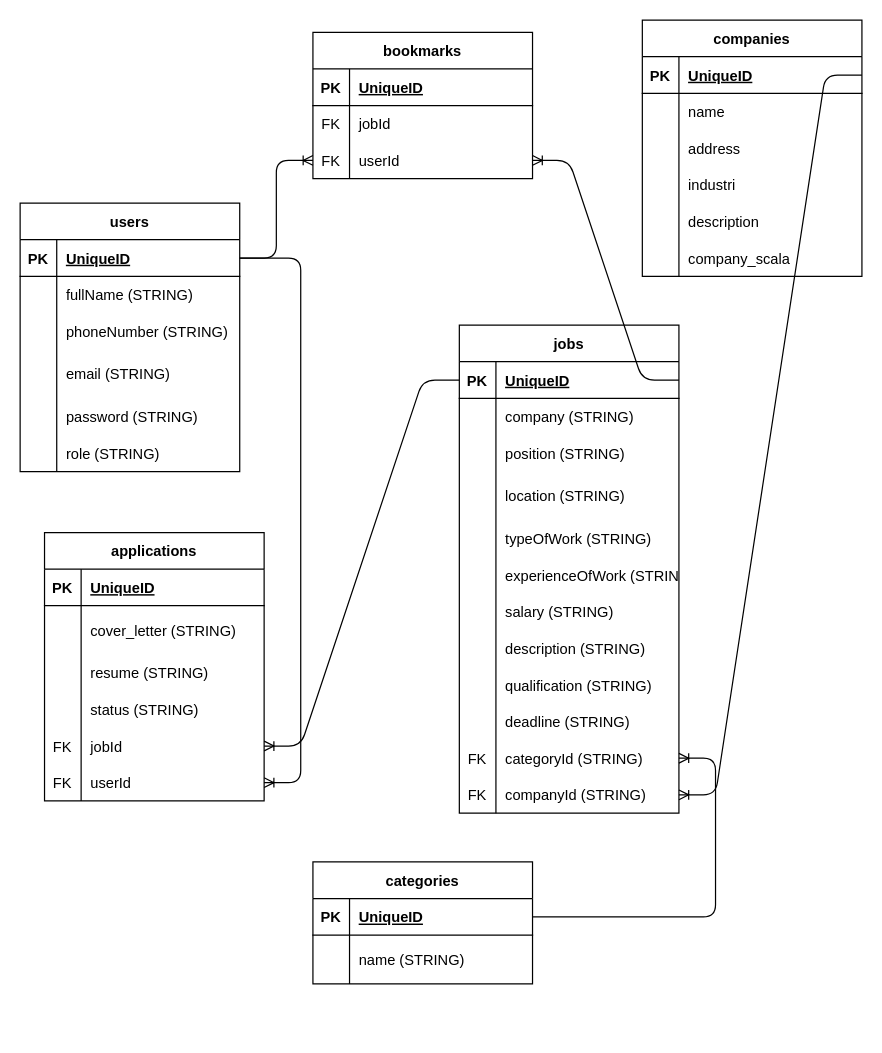
tasyaangesti/job-seeker keeps this draw.io diagram as server/erd.drawio. Above is the earlier version. Source tidied: cells renumbered, new cells numbered last; positions are measured from the earlier drawing's top-left corner, leaving out a move shared by most shapes. Both pictures are drawn from the tidied source at 122%, with x=0, y=0 at pixel (20, 20).
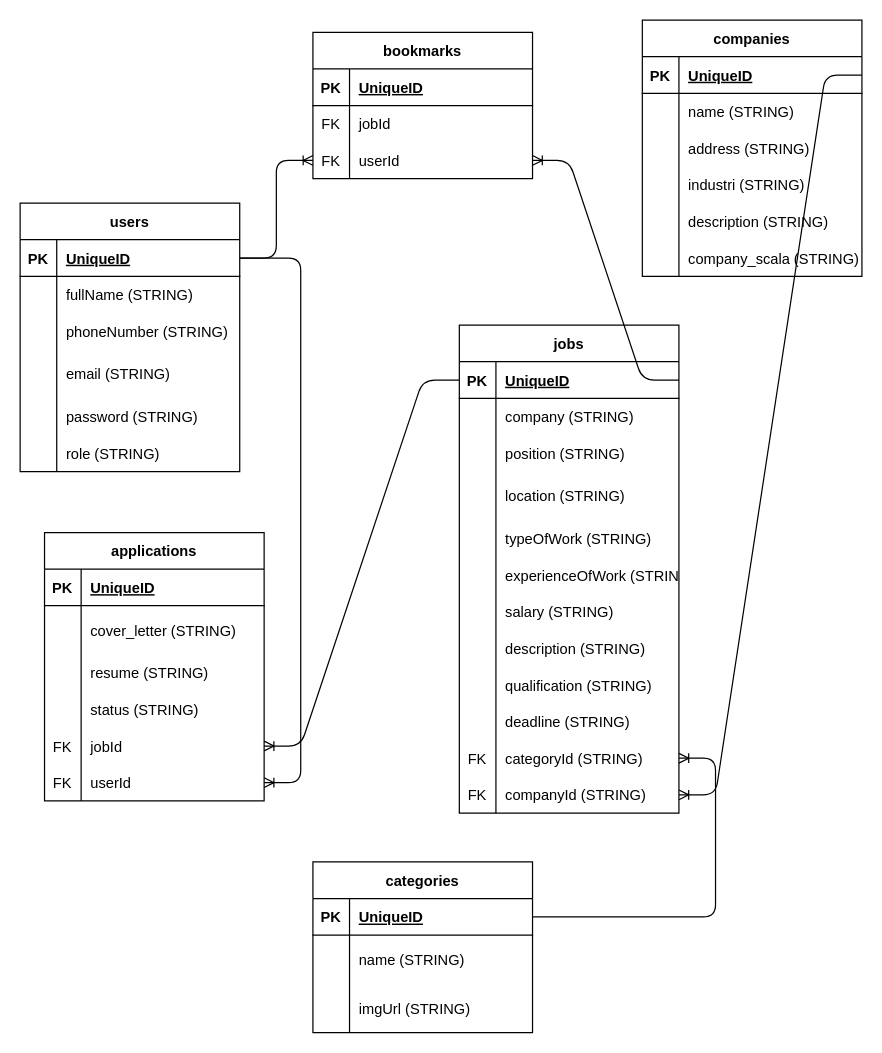
The same diagram, later.

Unchanged cells that the change refers to:
```xml
<mxCell id="103" style="shape=tableRow;horizontal=0;startSize=0;swimlaneHead=0;swimlaneBody=0;fillColor=none;top=0;left=0;right=0;bottom=0;" parent="99" vertex="1">
  <mxGeometry y="60" width="180" height="30" as="geometry" />
</mxCell>
<mxCell id="106" style="shape=tableRow;horizontal=0;startSize=0;swimlaneHead=0;swimlaneBody=0;fillColor=none;top=0;left=0;right=0;bottom=0;" parent="99" vertex="1">
  <mxGeometry y="90" width="180" height="30" as="geometry" />
</mxCell>
<mxCell id="109" style="shape=tableRow;horizontal=0;startSize=0;swimlaneHead=0;swimlaneBody=0;fillColor=none;top=0;left=0;right=0;bottom=0;" parent="99" vertex="1">
  <mxGeometry y="120" width="180" height="30" as="geometry" />
</mxCell>
<mxCell id="112" style="shape=tableRow;horizontal=0;startSize=0;swimlaneHead=0;swimlaneBody=0;fillColor=none;top=0;left=0;right=0;bottom=0;" parent="99" vertex="1">
  <mxGeometry y="150" width="180" height="30" as="geometry" />
</mxCell>
<mxCell id="115" style="shape=tableRow;horizontal=0;startSize=0;swimlaneHead=0;swimlaneBody=0;fillColor=none;top=0;left=0;right=0;bottom=0;" parent="99" vertex="1">
  <mxGeometry y="180" width="180" height="30" as="geometry" />
</mxCell>
```

What changed in the source:
```diff
@@
     <mxCell id="77" value="categories" style="shape=table;startSize=30;childLayout=tableLayout;rowLines=0;fontStyle=1;align=center;" parent="1" vertex="1">
-      <mxGeometry x="240" y="690" width="180" height="100" as="geometry" />
+      <mxGeometry x="240" y="690" width="180" height="140" as="geometry" />
     </mxCell>
@@
+    <mxCell id="119" style="shape=tableRow;horizontal=0;startSize=0;swimlaneHead=0;swimlaneBody=0;fillColor=none;top=0;left=0;right=0;bottom=0;" parent="77" vertex="1">
+      <mxGeometry y="100" width="180" height="40" as="geometry" />
+    </mxCell>
+    <mxCell id="120" style="shape=partialRectangle;fillColor=none;top=0;left=0;bottom=0;right=0;overflow=hidden;" parent="119" vertex="1">
+      <mxGeometry width="30" height="40" as="geometry" />
+    </mxCell>
+    <mxCell id="121" value="imgUrl (STRING)" style="shape=partialRectangle;fillColor=none;top=0;left=0;bottom=0;right=0;align=left;spacingLeft=6;overflow=hidden;" parent="119" vertex="1">
+      <mxGeometry x="30" width="150" height="40" as="geometry" />
+    </mxCell>
@@
-    <mxCell id="105" value="name" style="shape=partialRectangle;fillColor=none;top=0;left=0;bottom=0;right=0;align=left;spacingLeft=6;overflow=hidden;" parent="103" vertex="1">
+    <mxCell id="105" value="name (STRING)" style="shape=partialRectangle;fillColor=none;top=0;left=0;bottom=0;right=0;align=left;spacingLeft=6;overflow=hidden;" parent="103" vertex="1">
       <mxGeometry x="30" width="150" height="30" as="geometry" />
     </mxCell>
@@
-    <mxCell id="108" value="address" style="shape=partialRectangle;fillColor=none;top=0;left=0;bottom=0;right=0;align=left;spacingLeft=6;overflow=hidden;" parent="106" vertex="1">
+    <mxCell id="108" value="address (STRING)" style="shape=partialRectangle;fillColor=none;top=0;left=0;bottom=0;right=0;align=left;spacingLeft=6;overflow=hidden;" parent="106" vertex="1">
       <mxGeometry x="30" width="150" height="30" as="geometry" />
     </mxCell>
@@
-    <mxCell id="111" value="industri" style="shape=partialRectangle;fillColor=none;top=0;left=0;bottom=0;right=0;align=left;spacingLeft=6;overflow=hidden;" parent="109" vertex="1">
+    <mxCell id="111" value="industri (STRING)" style="shape=partialRectangle;fillColor=none;top=0;left=0;bottom=0;right=0;align=left;spacingLeft=6;overflow=hidden;" parent="109" vertex="1">
       <mxGeometry x="30" width="150" height="30" as="geometry" />
     </mxCell>
@@
-    <mxCell id="114" value="description" style="shape=partialRectangle;fillColor=none;top=0;left=0;bottom=0;right=0;align=left;spacingLeft=6;overflow=hidden;" parent="112" vertex="1">
+    <mxCell id="114" value="description (STRING)" style="shape=partialRectangle;fillColor=none;top=0;left=0;bottom=0;right=0;align=left;spacingLeft=6;overflow=hidden;" parent="112" vertex="1">
       <mxGeometry x="30" width="150" height="30" as="geometry" />
     </mxCell>
@@
-    <mxCell id="117" value="company_scala" style="shape=partialRectangle;fillColor=none;top=0;left=0;bottom=0;right=0;align=left;spacingLeft=6;overflow=hidden;" parent="115" vertex="1">
+    <mxCell id="117" value="company_scala (STRING)" style="shape=partialRectangle;fillColor=none;top=0;left=0;bottom=0;right=0;align=left;spacingLeft=6;overflow=hidden;" parent="115" vertex="1">
       <mxGeometry x="30" width="150" height="30" as="geometry" />
     </mxCell>
```
